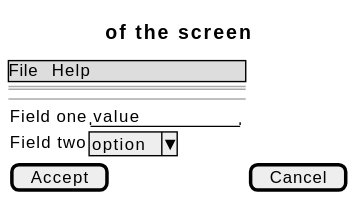
didactika/kampus keeps this PlantUML diagram as docs/01-requirements/use-cases/addActivity/wireframes.svg. Above is the earlier version. Its diagram source:
```plantuml
@startsalt
{
  {* File | Help }
  ==
  Title of the screen
  --
  {
    Field one | "value        "
    Field two | ^option^
  }
  [ Accept ] | [ Cancel ]
}
@endsalt
```
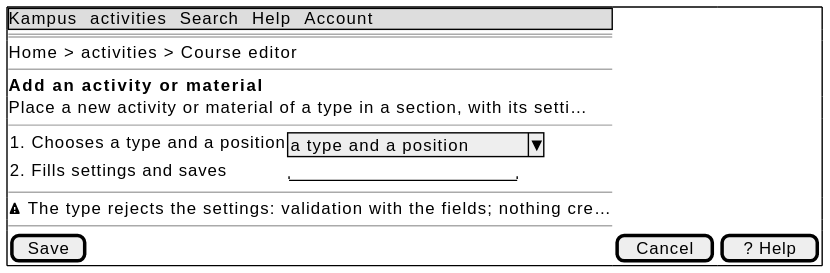
The same diagram one commit later.

What changed in the source:
```diff
@@ -1,13 +1,19 @@
 @startsalt
-{
-  {* File | Help }
+{+
+  {* Kampus | activities | Search | Help | Account }
   ==
-  Title of the screen
+  Home > activities > Course editor
+  --
+  <b>Add an activity or material
+  Place a new activity or material of a type in a section, with its setti…
   --
   {
-    Field one | "value        "
-    Field two | ^option^
+    1. Chooses a type and a position | ^a type and a position^
+    2. Fills settings and saves | "                    "
   }
-  [ Accept ] | [ Cancel ]
+  --
+  <&warning> The type rejects the settings: validation with the fields; nothing cre…
+  --
+  [ Save ] | [ Cancel ] | [ ? Help ]
 }
 @endsalt
```
